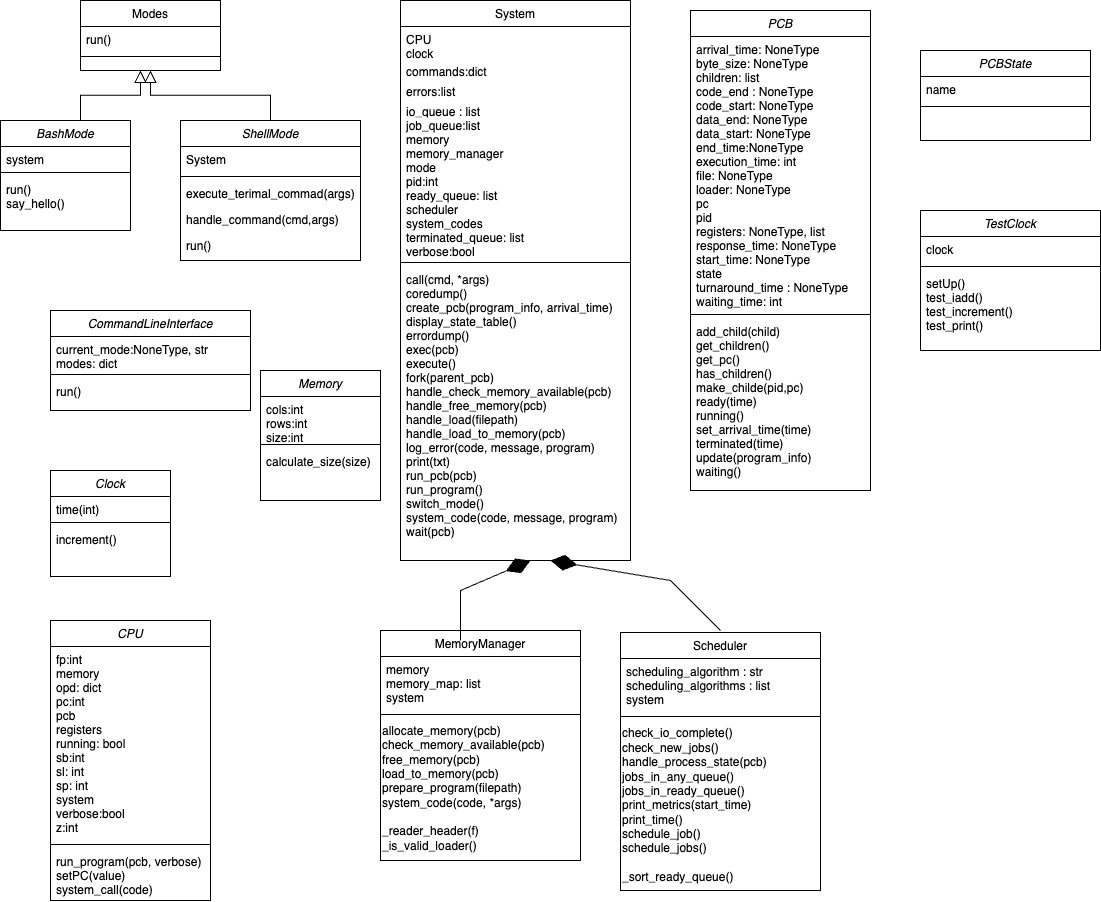
Earlier version of the draw.io export directions/M3_class_diagram.drawio.png (Luly7/new-repo). Source tidied: cells renumbered, new cells last; positions are measured from the earlier drawing's top-left corner, leaving out a move shared by most shapes.
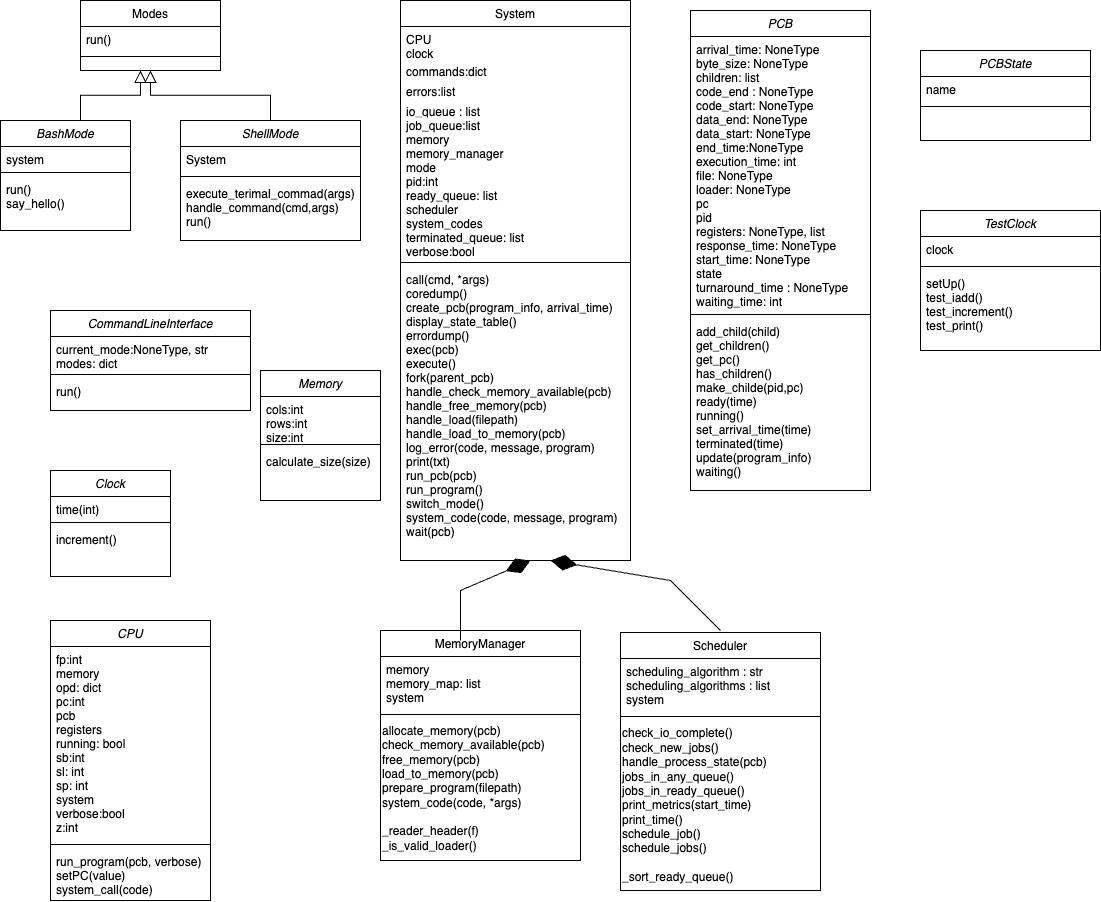
Above is the later version.

The edit, as a diff of the source:
```diff
@@ -3,7 +3,7 @@
     <mxCell id="0" />
     <mxCell id="1" parent="0" />
     <mxCell id="2" value="ShellMode" style="swimlane;fontStyle=2;align=center;verticalAlign=top;horizontal=1;startSize=26;rounded=0;shadow=0;strokeWidth=1;" parent="1" vertex="1">
-      <mxGeometry x="180" y="120" width="180" height="140" as="geometry" />
+      <mxGeometry x="180" y="120" width="180" height="120" as="geometry" />
     </mxCell>
     <mxCell id="3" value="System" style="text;align=left;verticalAlign=top;spacingLeft=4;spacingRight=4;overflow=hidden;rounded=0;shadow=0;html=0;" parent="2" vertex="1">
       <mxGeometry y="26" width="180" height="26" as="geometry" />
@@ -11,15 +11,9 @@
     <mxCell id="4" style="line;html=1;strokeWidth=1;align=left;verticalAlign=middle;spacingTop=-1;spacingLeft=3;spacingRight=3;labelPosition=right;" parent="2" vertex="1">
       <mxGeometry y="52" width="180" height="8" as="geometry" />
     </mxCell>
-    <mxCell id="5" value="execute_terimal_commad(args)" style="text;align=left;verticalAlign=top;spacingLeft=4;spacingRight=4;overflow=hidden;" parent="2" vertex="1">
-      <mxGeometry y="60" width="180" height="26" as="geometry" />
+    <mxCell id="5" value="execute_terimal_commad(args)&#10;handle_command(cmd,args)&#10;run()&#10;" style="text;align=left;verticalAlign=top;spacingLeft=4;spacingRight=4;overflow=hidden;" parent="2" vertex="1">
+      <mxGeometry y="60" width="180" height="50" as="geometry" />
     </mxCell>
-    <mxCell id="6" value="handle_command(cmd,args)" style="text;align=left;verticalAlign=top;spacingLeft=4;spacingRight=4;overflow=hidden;" parent="2" vertex="1">
-      <mxGeometry y="86" width="180" height="26" as="geometry" />
-    </mxCell>
-    <mxCell id="7" value="run()" style="text;align=left;verticalAlign=top;spacingLeft=4;spacingRight=4;overflow=hidden;" parent="2" vertex="1">
-      <mxGeometry y="112" width="180" height="26" as="geometry" />
-    </mxCell>
     <mxCell id="8" value="MemoryManager" style="swimlane;fontStyle=0;align=center;verticalAlign=top;horizontal=1;startSize=26;rounded=0;shadow=0;strokeWidth=1;" parent="1" vertex="1">
       <mxGeometry x="380" y="630" width="200" height="230" as="geometry" />
     </mxCell>
```
